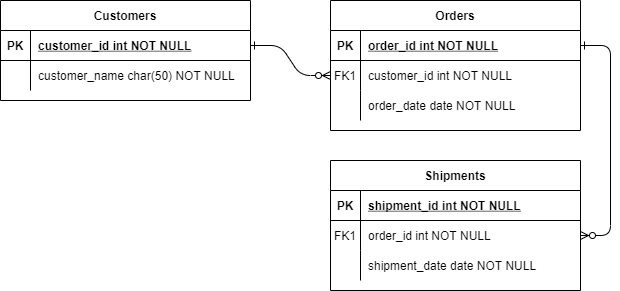
The draw.io diagram testERD.drawio.png in mikepoullas/COMP5531_GROUP_4_Winter_2022, before a commit. Source tidied: cells renumbered, new cells last; positions are measured from the earlier drawing's top-left corner, leaving out a move shared by most shapes.
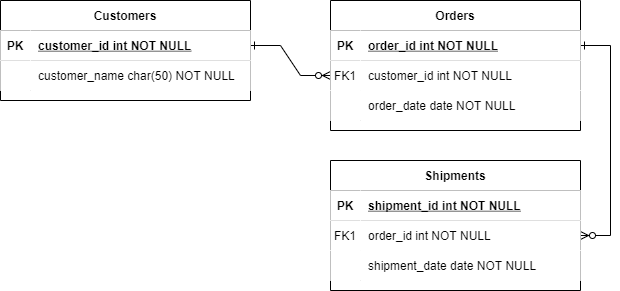
Later version of the same file.

Diff of the diagram source:
```diff
@@ -1,92 +1,92 @@
-<mxGraphModel>
+<mxGraphModel background="#ffffff">
   <root>
     <mxCell id="0" />
     <mxCell id="1" parent="0" />
-    <mxCell id="2" style="edgeStyle=entityRelationEdgeStyle;endArrow=ERzeroToMany;startArrow=ERone;endFill=1;startFill=0;" parent="1" edge="1" source="25" target="8">
+    <mxCell id="2" style="edgeStyle=entityRelationEdgeStyle;endArrow=ERzeroToMany;startArrow=ERone;endFill=1;startFill=0;rounded=0;strokeColor=#000000;" parent="1" edge="1" source="25" target="8">
       <mxGeometry relative="1" as="geometry" />
     </mxCell>
-    <mxCell id="3" style="edgeStyle=entityRelationEdgeStyle;endArrow=ERzeroToMany;startArrow=ERone;endFill=1;startFill=0;" parent="1" edge="1" source="5" target="18">
+    <mxCell id="3" style="edgeStyle=entityRelationEdgeStyle;endArrow=ERzeroToMany;startArrow=ERone;endFill=1;startFill=0;rounded=0;strokeColor=#000000;" parent="1" edge="1" source="5" target="18">
       <mxGeometry relative="1" as="geometry" />
     </mxCell>
-    <mxCell id="4" value="Orders" style="shape=table;startSize=30;rowLines=0;fontStyle=1;align=center;" parent="1" vertex="1">
+    <mxCell id="4" value="Orders" style="shape=table;startSize=30;rowLines=0;fontStyle=1;align=center;rounded=0;strokeColor=#000000;" parent="1" vertex="1">
       <mxGeometry x="330" width="250" height="130" as="geometry" />
     </mxCell>
-    <mxCell id="5" style="shape=partialRectangle;fillColor=none;points=[[0,0.5],[1,0.5]];portConstraint=eastwest;top=0;left=0;right=0;bottom=1;" parent="4" vertex="1">
+    <mxCell id="5" style="shape=partialRectangle;points=[[0,0.5],[1,0.5]];portConstraint=eastwest;top=0;left=0;right=0;bottom=1;rounded=0;strokeColor=#000000;" parent="4" vertex="1">
       <mxGeometry y="30" width="250" height="30" as="geometry" />
     </mxCell>
-    <mxCell id="6" value="PK" style="shape=partialRectangle;overflow=hidden;fillColor=none;top=0;left=0;bottom=0;right=0;fontStyle=1;" parent="5" vertex="1">
+    <mxCell id="6" value="PK" style="shape=partialRectangle;overflow=hidden;top=0;left=0;bottom=0;right=0;fontStyle=1;rounded=0;strokeColor=#000000;" parent="5" vertex="1">
       <mxGeometry width="30" height="30" as="geometry" />
     </mxCell>
-    <mxCell id="7" value="order_id int NOT NULL " style="shape=partialRectangle;overflow=hidden;fillColor=none;top=0;left=0;bottom=0;right=0;align=left;spacingLeft=6;fontStyle=5;" parent="5" vertex="1">
+    <mxCell id="7" value="order_id int NOT NULL " style="shape=partialRectangle;overflow=hidden;top=0;left=0;bottom=0;right=0;align=left;spacingLeft=6;fontStyle=5;rounded=0;strokeColor=#000000;" parent="5" vertex="1">
       <mxGeometry x="30" width="220" height="30" as="geometry" />
     </mxCell>
-    <mxCell id="8" style="shape=partialRectangle;fillColor=none;points=[[0,0.5],[1,0.5]];portConstraint=eastwest;top=0;left=0;right=0;bottom=0;" parent="4" vertex="1">
+    <mxCell id="8" style="shape=partialRectangle;points=[[0,0.5],[1,0.5]];portConstraint=eastwest;top=0;left=0;right=0;bottom=0;rounded=0;strokeColor=#000000;" parent="4" vertex="1">
       <mxGeometry y="60" width="250" height="30" as="geometry" />
     </mxCell>
-    <mxCell id="9" value="FK1" style="shape=partialRectangle;overflow=hidden;fillColor=none;top=0;left=0;bottom=0;right=0;" parent="8" vertex="1">
+    <mxCell id="9" value="FK1" style="shape=partialRectangle;overflow=hidden;top=0;left=0;bottom=0;right=0;rounded=0;strokeColor=#000000;" parent="8" vertex="1">
       <mxGeometry width="30" height="30" as="geometry" />
     </mxCell>
-    <mxCell id="10" value="customer_id int NOT NULL" style="shape=partialRectangle;overflow=hidden;fillColor=none;top=0;left=0;bottom=0;right=0;align=left;spacingLeft=6;" parent="8" vertex="1">
+    <mxCell id="10" value="customer_id int NOT NULL" style="shape=partialRectangle;overflow=hidden;top=0;left=0;bottom=0;right=0;align=left;spacingLeft=6;rounded=0;strokeColor=#000000;" parent="8" vertex="1">
       <mxGeometry x="30" width="220" height="30" as="geometry" />
     </mxCell>
-    <mxCell id="11" style="shape=partialRectangle;fillColor=none;top=0;left=0;right=0;bottom=0;" parent="4" vertex="1">
+    <mxCell id="11" style="shape=partialRectangle;top=0;left=0;right=0;bottom=0;rounded=0;strokeColor=#000000;" parent="4" vertex="1">
       <mxGeometry y="90" width="250" height="30" as="geometry" />
     </mxCell>
-    <mxCell id="12" style="shape=partialRectangle;overflow=hidden;fillColor=none;top=0;left=0;bottom=0;right=0;" parent="11" vertex="1">
+    <mxCell id="12" style="shape=partialRectangle;overflow=hidden;top=0;left=0;bottom=0;right=0;rounded=0;strokeColor=#000000;" parent="11" vertex="1">
       <mxGeometry width="30" height="30" as="geometry" />
     </mxCell>
-    <mxCell id="13" value="order_date date NOT NULL" style="shape=partialRectangle;overflow=hidden;fillColor=none;top=0;left=0;bottom=0;right=0;align=left;spacingLeft=6;" parent="11" vertex="1">
+    <mxCell id="13" value="order_date date NOT NULL" style="shape=partialRectangle;overflow=hidden;top=0;left=0;bottom=0;right=0;align=left;spacingLeft=6;rounded=0;strokeColor=#000000;" parent="11" vertex="1">
       <mxGeometry x="30" width="220" height="30" as="geometry" />
     </mxCell>
-    <mxCell id="14" value="Shipments" style="shape=table;startSize=30;rowLines=0;fontStyle=1;align=center;" parent="1" vertex="1">
+    <mxCell id="14" value="Shipments" style="shape=table;startSize=30;rowLines=0;fontStyle=1;align=center;rounded=0;strokeColor=#000000;" parent="1" vertex="1">
       <mxGeometry x="330" y="160" width="250" height="130" as="geometry" />
     </mxCell>
-    <mxCell id="15" style="shape=partialRectangle;fillColor=none;top=0;left=0;right=0;bottom=1;" parent="14" vertex="1">
+    <mxCell id="15" style="shape=partialRectangle;top=0;left=0;right=0;bottom=1;rounded=0;strokeColor=#000000;" parent="14" vertex="1">
       <mxGeometry y="30" width="250" height="30" as="geometry" />
     </mxCell>
-    <mxCell id="16" value="PK" style="shape=partialRectangle;overflow=hidden;fillColor=none;top=0;left=0;bottom=0;right=0;fontStyle=1;" parent="15" vertex="1">
+    <mxCell id="16" value="PK" style="shape=partialRectangle;overflow=hidden;top=0;left=0;bottom=0;right=0;fontStyle=1;rounded=0;strokeColor=#000000;" parent="15" vertex="1">
       <mxGeometry width="30" height="30" as="geometry" />
     </mxCell>
-    <mxCell id="17" value="shipment_id int NOT NULL " style="shape=partialRectangle;overflow=hidden;fillColor=none;top=0;left=0;bottom=0;right=0;align=left;spacingLeft=6;fontStyle=5;" parent="15" vertex="1">
+    <mxCell id="17" value="shipment_id int NOT NULL " style="shape=partialRectangle;overflow=hidden;top=0;left=0;bottom=0;right=0;align=left;spacingLeft=6;fontStyle=5;rounded=0;strokeColor=#000000;" parent="15" vertex="1">
       <mxGeometry x="30" width="220" height="30" as="geometry" />
     </mxCell>
-    <mxCell id="18" style="shape=partialRectangle;fillColor=none;points=[[0,0.5],[1,0.5]];portConstraint=eastwest;top=0;left=0;right=0;bottom=0;" parent="14" vertex="1">
+    <mxCell id="18" style="shape=partialRectangle;points=[[0,0.5],[1,0.5]];portConstraint=eastwest;top=0;left=0;right=0;bottom=0;rounded=0;strokeColor=#000000;" parent="14" vertex="1">
       <mxGeometry y="60" width="250" height="30" as="geometry" />
     </mxCell>
-    <mxCell id="19" value="FK1" style="shape=partialRectangle;overflow=hidden;fillColor=none;top=0;left=0;bottom=0;right=0;" parent="18" vertex="1">
+    <mxCell id="19" value="FK1" style="shape=partialRectangle;overflow=hidden;top=0;left=0;bottom=0;right=0;rounded=0;strokeColor=#000000;" parent="18" vertex="1">
       <mxGeometry width="30" height="30" as="geometry" />
     </mxCell>
-    <mxCell id="20" value="order_id int NOT NULL" style="shape=partialRectangle;overflow=hidden;fillColor=none;top=0;left=0;bottom=0;right=0;align=left;spacingLeft=6;" parent="18" vertex="1">
+    <mxCell id="20" value="order_id int NOT NULL" style="shape=partialRectangle;overflow=hidden;top=0;left=0;bottom=0;right=0;align=left;spacingLeft=6;rounded=0;strokeColor=#000000;" parent="18" vertex="1">
       <mxGeometry x="30" width="220" height="30" as="geometry" />
     </mxCell>
-    <mxCell id="21" style="shape=partialRectangle;fillColor=none;top=0;left=0;right=0;bottom=0;" parent="14" vertex="1">
+    <mxCell id="21" style="shape=partialRectangle;top=0;left=0;right=0;bottom=0;rounded=0;strokeColor=#000000;" parent="14" vertex="1">
       <mxGeometry y="90" width="250" height="30" as="geometry" />
     </mxCell>
-    <mxCell id="22" style="shape=partialRectangle;overflow=hidden;fillColor=none;top=0;left=0;bottom=0;right=0;" parent="21" vertex="1">
+    <mxCell id="22" style="shape=partialRectangle;overflow=hidden;top=0;left=0;bottom=0;right=0;rounded=0;strokeColor=#000000;" parent="21" vertex="1">
       <mxGeometry width="30" height="30" as="geometry" />
     </mxCell>
-    <mxCell id="23" value="shipment_date date NOT NULL" style="shape=partialRectangle;overflow=hidden;fillColor=none;top=0;left=0;bottom=0;right=0;align=left;spacingLeft=6;" parent="21" vertex="1">
+    <mxCell id="23" value="shipment_date date NOT NULL" style="shape=partialRectangle;overflow=hidden;top=0;left=0;bottom=0;right=0;align=left;spacingLeft=6;rounded=0;strokeColor=#000000;" parent="21" vertex="1">
       <mxGeometry x="30" width="220" height="30" as="geometry" />
     </mxCell>
-    <mxCell id="24" value="Customers" style="shape=table;startSize=30;rowLines=0;fontStyle=1;align=center;" parent="1" vertex="1">
+    <mxCell id="24" value="Customers" style="shape=table;startSize=30;rowLines=0;fontStyle=1;align=center;rounded=0;strokeColor=#000000;" parent="1" vertex="1">
       <mxGeometry width="250" height="100" as="geometry" />
     </mxCell>
-    <mxCell id="25" style="shape=partialRectangle;fillColor=none;points=[[0,0.5],[1,0.5]];portConstraint=eastwest;top=0;left=0;right=0;bottom=1;" parent="24" vertex="1">
+    <mxCell id="25" style="shape=partialRectangle;points=[[0,0.5],[1,0.5]];portConstraint=eastwest;top=0;left=0;right=0;bottom=1;rounded=0;strokeColor=#000000;" parent="24" vertex="1">
       <mxGeometry y="30" width="250" height="30" as="geometry" />
     </mxCell>
-    <mxCell id="26" value="PK" style="shape=partialRectangle;overflow=hidden;fillColor=none;top=0;left=0;bottom=0;right=0;fontStyle=1;" parent="25" vertex="1">
+    <mxCell id="26" value="PK" style="shape=partialRectangle;overflow=hidden;top=0;left=0;bottom=0;right=0;fontStyle=1;rounded=0;strokeColor=#000000;" parent="25" vertex="1">
       <mxGeometry width="30" height="30" as="geometry" />
     </mxCell>
-    <mxCell id="27" value="customer_id int NOT NULL " style="shape=partialRectangle;overflow=hidden;fillColor=none;top=0;left=0;bottom=0;right=0;align=left;spacingLeft=6;fontStyle=5;" parent="25" vertex="1">
+    <mxCell id="27" value="customer_id int NOT NULL " style="shape=partialRectangle;overflow=hidden;top=0;left=0;bottom=0;right=0;align=left;spacingLeft=6;fontStyle=5;rounded=0;strokeColor=#000000;" parent="25" vertex="1">
       <mxGeometry x="30" width="220" height="30" as="geometry" />
     </mxCell>
-    <mxCell id="28" style="shape=partialRectangle;fillColor=none;top=0;left=0;right=0;bottom=0;" parent="24" vertex="1">
+    <mxCell id="28" style="shape=partialRectangle;top=0;left=0;right=0;bottom=0;rounded=0;strokeColor=#000000;" parent="24" vertex="1">
       <mxGeometry y="60" width="250" height="30" as="geometry" />
     </mxCell>
-    <mxCell id="29" style="shape=partialRectangle;overflow=hidden;fillColor=none;top=0;left=0;bottom=0;right=0;" parent="28" vertex="1">
+    <mxCell id="29" style="shape=partialRectangle;overflow=hidden;top=0;left=0;bottom=0;right=0;rounded=0;strokeColor=#000000;" parent="28" vertex="1">
       <mxGeometry width="30" height="30" as="geometry" />
     </mxCell>
-    <mxCell id="30" value="customer_name char(50) NOT NULL" style="shape=partialRectangle;overflow=hidden;fillColor=none;top=0;left=0;bottom=0;right=0;align=left;spacingLeft=6;" parent="28" vertex="1">
+    <mxCell id="30" value="customer_name char(50) NOT NULL" style="shape=partialRectangle;overflow=hidden;top=0;left=0;bottom=0;right=0;align=left;spacingLeft=6;rounded=0;strokeColor=#000000;" parent="28" vertex="1">
       <mxGeometry x="30" width="220" height="30" as="geometry" />
     </mxCell>
   </root>
```
